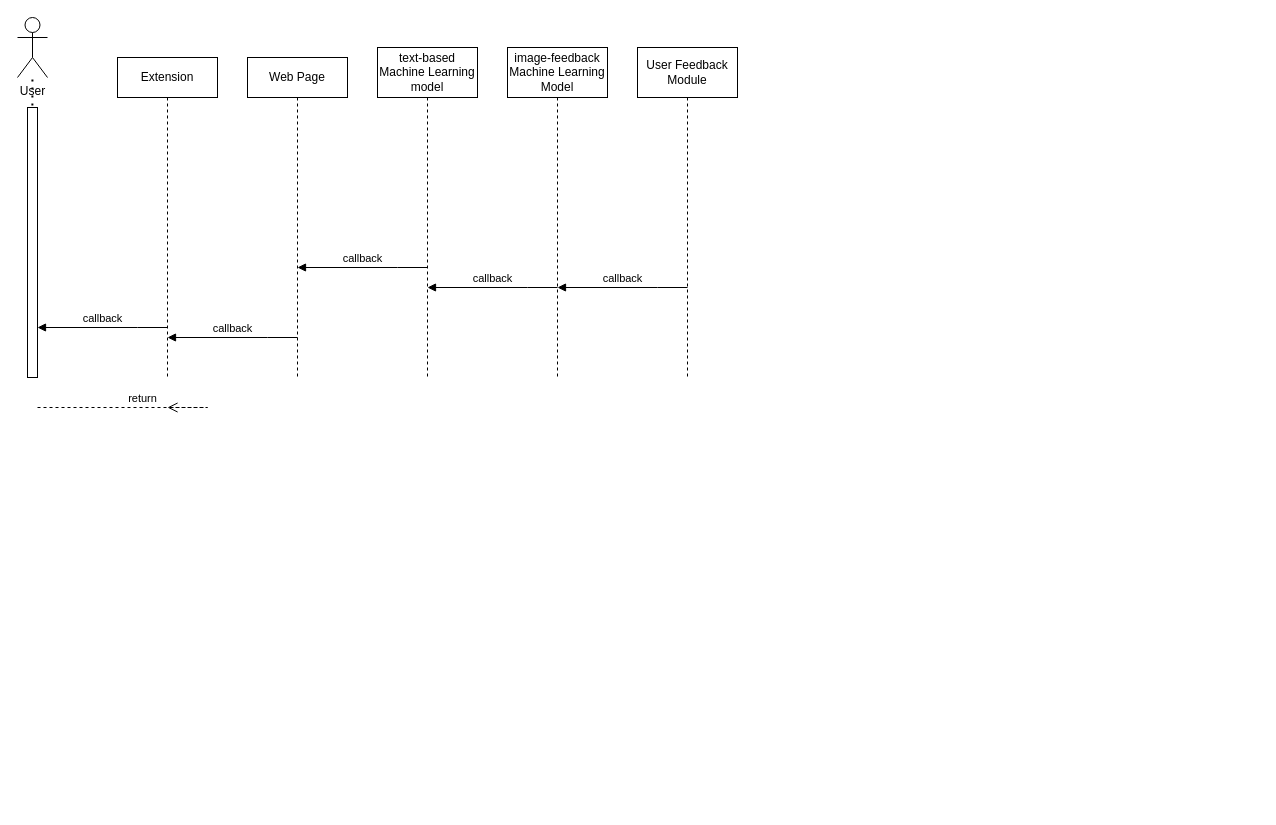
This is sequence-diagram.drawio from Rumeasiyan/software-development-group-project-IIT, a draw.io file, before an edit. Source tidied: cells renumbered, new cells numbered last; positions are measured from the earlier drawing's top-left corner, leaving out a move shared by most shapes. Both pictures are drawn from the tidied source at 100%, with x=0, y=0 at pixel (17, 17).
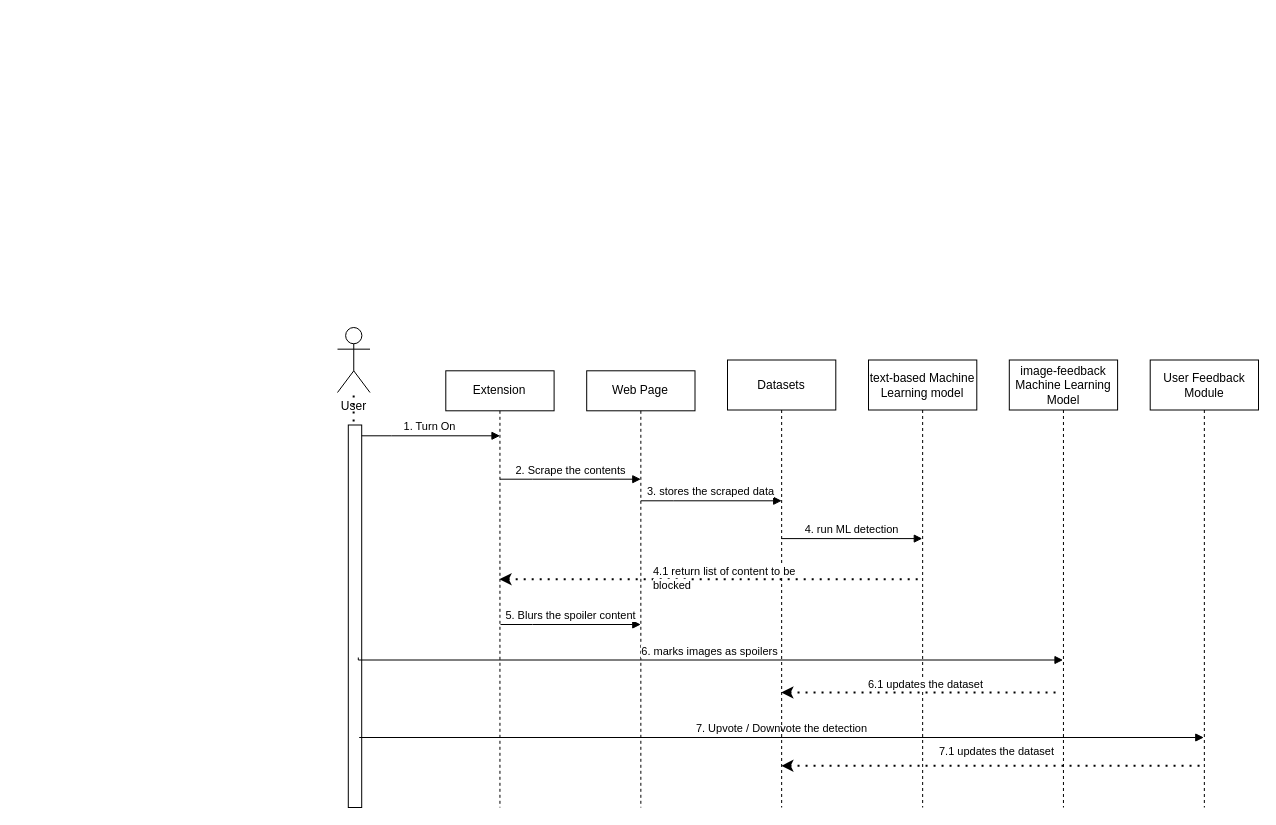
The same page after the edit.

Diff of the diagram source:
```diff
@@
+    <mxCell id="16" style="group;" parent="1" vertex="1">
+      <mxGeometry x="320" y="310" width="921" height="480" as="geometry" />
+    </mxCell>
-    <mxCell id="2" style="endArrow=none;dashed=1;html=1;dashPattern=1 3;strokeWidth=2;rounded=0;" parent="1" edge="1" target="5">
+    <mxCell id="2" style="endArrow=none;dashed=1;html=1;dashPattern=1 3;strokeWidth=2;rounded=0;" parent="16" edge="1" target="5">
       <mxGeometry relative="1" as="geometry">
-        <mxPoint x="14.3" y="360" as="sourcePoint" />
+        <mxPoint x="15.5" y="390" as="sourcePoint" />
       </mxGeometry>
     </mxCell>
-    <mxCell id="3" value="callback" style="html=1;verticalAlign=bottom;endArrow=block;edgeStyle=elbowEdgeStyle;elbow=vertical;curved=0;rounded=0;" parent="1" edge="1">
+    <mxCell id="3" value="1. Turn On" style="html=1;verticalAlign=bottom;endArrow=block;edgeStyle=elbowEdgeStyle;elbow=vertical;curved=0;rounded=0;" parent="16" edge="1">
       <mxGeometry relative="1" as="geometry">
-        <mxPoint x="150" y="310" as="sourcePoint" />
-        <mxPoint x="20" y="310" as="targetPoint" />
+        <mxPoint x="21.7" y="108.3" as="sourcePoint" />
+        <mxPoint x="162.5" y="108.3" as="targetPoint" />
         <Array as="points">
-          <mxPoint x="120" y="310" />
+          <mxPoint x="54.2" y="108.3" />
         </Array>
       </mxGeometry>
     </mxCell>
-    <mxCell id="4" value="return" style="html=1;verticalAlign=bottom;endArrow=open;dashed=1;endSize=8;edgeStyle=elbowEdgeStyle;elbow=vertical;curved=0;rounded=0;" parent="1" edge="1">
-      <mxGeometry relative="1" as="geometry">
-        <mxPoint x="20" y="390" as="sourcePoint" />
-        <mxPoint x="150" y="390" as="targetPoint" />
-        <Array as="points">
-          <mxPoint x="190" y="390" />
-          <mxPoint x="110" y="400" />
-        </Array>
-      </mxGeometry>
-    </mxCell>
-    <mxCell id="5" value="User" style="shape=umlActor;verticalLabelPosition=bottom;verticalAlign=top;html=1;outlineConnect=0;" parent="1" vertex="1">
-      <mxGeometry width="30" height="60" as="geometry" />
+    <mxCell id="5" value="User" style="shape=umlActor;verticalLabelPosition=bottom;verticalAlign=top;html=1;outlineConnect=0;" parent="16" vertex="1">
+      <mxGeometry width="32.5" height="65" as="geometry" />
     </mxCell>
-    <mxCell id="6" value="Extension" style="shape=umlLifeline;perimeter=lifelinePerimeter;whiteSpace=wrap;html=1;outlineConnect=0;portConstraint=eastwest;newEdgeStyle={&quot;edgeStyle&quot;:&quot;elbowEdgeStyle&quot;,&quot;elbow&quot;:&quot;vertical&quot;,&quot;curved&quot;:0,&quot;rounded&quot;:0};" parent="1" vertex="1">
-      <mxGeometry x="100" y="40" width="100" height="320" as="geometry" />
+    <mxCell id="6" value="Extension" style="shape=umlLifeline;perimeter=lifelinePerimeter;whiteSpace=wrap;html=1;outlineConnect=0;portConstraint=eastwest;newEdgeStyle={&quot;edgeStyle&quot;:&quot;elbowEdgeStyle&quot;,&quot;elbow&quot;:&quot;vertical&quot;,&quot;curved&quot;:0,&quot;rounded&quot;:0};" parent="16" vertex="1">
+      <mxGeometry x="108.3" y="43.3" width="108.3" height="436.7" as="geometry" />
     </mxCell>
-    <mxCell id="7" style="html=1;perimeter=orthogonalPerimeter;targetShapes=umlLifeline;newEdgeStyle={&quot;edgeStyle&quot;:&quot;elbowEdgeStyle&quot;,&quot;elbow&quot;:&quot;vertical&quot;,&quot;curved&quot;:0,&quot;rounded&quot;:0};" parent="1" vertex="1">
-      <mxGeometry x="10" y="90" width="10" height="270" as="geometry" />
+    <mxCell id="7" style="html=1;perimeter=orthogonalPerimeter;targetShapes=umlLifeline;newEdgeStyle={&quot;edgeStyle&quot;:&quot;elbowEdgeStyle&quot;,&quot;elbow&quot;:&quot;vertical&quot;,&quot;curved&quot;:0,&quot;rounded&quot;:0};" parent="16" vertex="1">
+      <mxGeometry x="10.8" y="97.5" width="13.4" height="382.5" as="geometry" />
     </mxCell>
-    <mxCell id="8" value="Web Page" style="shape=umlLifeline;perimeter=lifelinePerimeter;whiteSpace=wrap;html=1;newEdgeStyle={&quot;edgeStyle&quot;:&quot;elbowEdgeStyle&quot;,&quot;elbow&quot;:&quot;vertical&quot;,&quot;curved&quot;:0,&quot;rounded&quot;:0};" parent="1" vertex="1">
-      <mxGeometry x="230" y="40" width="100" height="320" as="geometry" />
+    <mxCell id="8" value="Web Page" style="shape=umlLifeline;perimeter=lifelinePerimeter;whiteSpace=wrap;html=1;newEdgeStyle={&quot;edgeStyle&quot;:&quot;elbowEdgeStyle&quot;,&quot;elbow&quot;:&quot;vertical&quot;,&quot;curved&quot;:0,&quot;rounded&quot;:0};" parent="16" vertex="1">
+      <mxGeometry x="249.2" y="43.3" width="108.3" height="436.7" as="geometry" />
     </mxCell>
-    <mxCell id="9" value="text-based Machine Learning model" style="shape=umlLifeline;perimeter=lifelinePerimeter;whiteSpace=wrap;html=1;newEdgeStyle={&quot;edgeStyle&quot;:&quot;elbowEdgeStyle&quot;,&quot;elbow&quot;:&quot;vertical&quot;,&quot;curved&quot;:0,&quot;rounded&quot;:0};size=50;" parent="1" vertex="1">
-      <mxGeometry x="360" y="30" width="100" height="330" as="geometry" />
+    <mxCell id="9" value="text-based Machine Learning model" style="shape=umlLifeline;perimeter=lifelinePerimeter;whiteSpace=wrap;html=1;newEdgeStyle={&quot;edgeStyle&quot;:&quot;elbowEdgeStyle&quot;,&quot;elbow&quot;:&quot;vertical&quot;,&quot;curved&quot;:0,&quot;rounded&quot;:0};size=50;" parent="16" vertex="1">
+      <mxGeometry x="531" y="32.5" width="108.3" height="447.5" as="geometry" />
     </mxCell>
-    <mxCell id="10" value="image-feedback Machine Learning Model" style="shape=umlLifeline;perimeter=lifelinePerimeter;whiteSpace=wrap;html=1;newEdgeStyle={&quot;edgeStyle&quot;:&quot;elbowEdgeStyle&quot;,&quot;elbow&quot;:&quot;vertical&quot;,&quot;curved&quot;:0,&quot;rounded&quot;:0};size=50;" parent="1" vertex="1">
-      <mxGeometry x="490" y="30" width="100" height="330" as="geometry" />
+    <mxCell id="10" value="image-feedback Machine Learning Model" style="shape=umlLifeline;perimeter=lifelinePerimeter;whiteSpace=wrap;html=1;newEdgeStyle={&quot;edgeStyle&quot;:&quot;elbowEdgeStyle&quot;,&quot;elbow&quot;:&quot;vertical&quot;,&quot;curved&quot;:0,&quot;rounded&quot;:0};size=50;" parent="16" vertex="1">
+      <mxGeometry x="671.8" y="32.5" width="108.3" height="447.5" as="geometry" />
     </mxCell>
-    <mxCell id="11" value="User Feedback Module" style="shape=umlLifeline;perimeter=lifelinePerimeter;whiteSpace=wrap;html=1;newEdgeStyle={&quot;edgeStyle&quot;:&quot;elbowEdgeStyle&quot;,&quot;elbow&quot;:&quot;vertical&quot;,&quot;curved&quot;:0,&quot;rounded&quot;:0};size=50;" parent="1" vertex="1">
-      <mxGeometry x="620" y="30" width="100" height="330" as="geometry" />
+    <mxCell id="11" value="User Feedback Module" style="shape=umlLifeline;perimeter=lifelinePerimeter;whiteSpace=wrap;html=1;newEdgeStyle={&quot;edgeStyle&quot;:&quot;elbowEdgeStyle&quot;,&quot;elbow&quot;:&quot;vertical&quot;,&quot;curved&quot;:0,&quot;rounded&quot;:0};size=50;" parent="16" vertex="1">
+      <mxGeometry x="812.7" y="32.5" width="108.3" height="447.5" as="geometry" />
     </mxCell>
-    <mxCell id="12" value="callback" style="html=1;verticalAlign=bottom;endArrow=block;edgeStyle=elbowEdgeStyle;elbow=vertical;curved=0;rounded=0;" parent="1" edge="1">
-      <mxGeometry relative="1" as="geometry">
-        <mxPoint x="280" y="320" as="sourcePoint" />
-        <mxPoint x="150" y="320" as="targetPoint" />
-        <Array as="points">
-          <mxPoint x="250" y="320" />
-        </Array>
-      </mxGeometry>
-    </mxCell>
-    <mxCell id="13" value="callback" style="html=1;verticalAlign=bottom;endArrow=block;edgeStyle=elbowEdgeStyle;elbow=vertical;curved=0;rounded=0;" parent="1" edge="1">
-      <mxGeometry relative="1" as="geometry">
-        <mxPoint x="410" y="250" as="sourcePoint" />
-        <mxPoint x="280" y="250" as="targetPoint" />
-        <Array as="points">
-          <mxPoint x="380" y="250" />
-        </Array>
-      </mxGeometry>
-    </mxCell>
-    <mxCell id="14" value="callback" style="html=1;verticalAlign=bottom;endArrow=block;edgeStyle=elbowEdgeStyle;elbow=vertical;curved=0;rounded=0;" parent="1" edge="1">
+    <mxCell id="14" value="6. marks images as spoilers" style="html=1;verticalAlign=bottom;endArrow=block;edgeStyle=elbowEdgeStyle;elbow=vertical;curved=0;rounded=0;exitX=0.846;exitY=0.658;exitDx=0;exitDy=0;exitPerimeter=0;" parent="16" edge="1">
       <mxGeometry relative="1" as="geometry">
-        <mxPoint x="540" y="270" as="sourcePoint" />
-        <mxPoint x="410" y="270" as="targetPoint" />
+        <mxPoint x="20.8" y="330" as="sourcePoint" />
+        <mxPoint x="725.5" y="332.5" as="targetPoint" />
         <Array as="points">
-          <mxPoint x="510" y="270" />
+          <mxPoint x="477.5" y="332.5" />
         </Array>
       </mxGeometry>
     </mxCell>
-    <mxCell id="15" value="callback" style="html=1;verticalAlign=bottom;endArrow=block;edgeStyle=elbowEdgeStyle;elbow=vertical;curved=0;rounded=0;" parent="1" edge="1">
+    <mxCell id="15" value="7. Upvote / Downvote the detection" style="html=1;verticalAlign=bottom;endArrow=block;edgeStyle=elbowEdgeStyle;elbow=vertical;curved=0;rounded=0;" parent="16" edge="1">
       <mxGeometry relative="1" as="geometry">
-        <mxPoint x="670" y="270" as="sourcePoint" />
-        <mxPoint x="540" y="270" as="targetPoint" />
+        <mxPoint x="21.7" y="410" as="sourcePoint" />
+        <mxPoint x="866.3" y="410" as="targetPoint" />
         <Array as="points">
-          <mxPoint x="640" y="270" />
+          <mxPoint x="617.5" y="410" />
         </Array>
       </mxGeometry>
     </mxCell>
+    <mxCell id="17" value="2. Scrape the contents" style="html=1;verticalAlign=bottom;endArrow=block;edgeStyle=elbowEdgeStyle;elbow=vertical;curved=0;rounded=0;" parent="16" edge="1">
+      <mxGeometry relative="1" as="geometry">
+        <mxPoint x="162.5" y="151.7" as="sourcePoint" />
+        <mxPoint x="303.3" y="151.7" as="targetPoint" />
+        <Array as="points">
+          <mxPoint x="195" y="151.7" />
+        </Array>
+      </mxGeometry>
+    </mxCell>
+    <mxCell id="18" value="3. stores the scraped data" style="html=1;verticalAlign=bottom;endArrow=block;edgeStyle=elbowEdgeStyle;elbow=vertical;curved=0;rounded=0;" parent="16" edge="1">
+      <mxGeometry relative="1" as="geometry">
+        <mxPoint x="303.3" y="173.3" as="sourcePoint" />
+        <mxPoint x="444.2" y="173.3" as="targetPoint" />
+        <Array as="points">
+          <mxPoint x="335.8" y="173.3" />
+        </Array>
+      </mxGeometry>
+    </mxCell>
+    <mxCell id="19" value="5. Blurs the spoiler content" style="html=1;verticalAlign=bottom;endArrow=block;edgeStyle=elbowEdgeStyle;elbow=vertical;curved=0;rounded=0;" parent="16" edge="1">
+      <mxGeometry relative="1" as="geometry">
+        <mxPoint x="163" y="297" as="sourcePoint" />
+        <mxPoint x="303.3" y="297" as="targetPoint" />
+        <Array as="points">
+          <mxPoint x="195" y="297" />
+        </Array>
+      </mxGeometry>
+    </mxCell>
+    <mxCell id="20" value="Datasets" style="shape=umlLifeline;perimeter=lifelinePerimeter;whiteSpace=wrap;html=1;newEdgeStyle={&quot;edgeStyle&quot;:&quot;elbowEdgeStyle&quot;,&quot;elbow&quot;:&quot;vertical&quot;,&quot;curved&quot;:0,&quot;rounded&quot;:0};size=50;" parent="16" vertex="1">
+      <mxGeometry x="390" y="32.5" width="108.3" height="447.5" as="geometry" />
+    </mxCell>
+    <mxCell id="21" value="4. run ML detection" style="html=1;verticalAlign=bottom;endArrow=block;edgeStyle=elbowEdgeStyle;elbow=vertical;curved=0;rounded=0;" parent="16" edge="1">
+      <mxGeometry relative="1" as="geometry">
+        <mxPoint x="444" y="211.1" as="sourcePoint" />
+        <mxPoint x="584.8" y="211.1" as="targetPoint" />
+        <Array as="points">
+          <mxPoint x="476.5" y="211.1" />
+        </Array>
+      </mxGeometry>
+    </mxCell>
+    <mxCell id="22" style="group;" parent="16" vertex="1">
+      <mxGeometry x="212.7" y="230" width="373.3" height="43.3" as="geometry" />
+    </mxCell>
+    <mxCell id="23" style="endArrow=none;dashed=1;html=1;dashPattern=1 3;strokeWidth=2;rounded=0;startArrow=classic;startFill=1;" parent="22" edge="1" source="6">
+      <mxGeometry relative="1" as="geometry">
+        <mxPoint x="373.3" y="21.7" as="targetPoint" />
+      </mxGeometry>
+    </mxCell>
+    <mxCell id="24" value="&lt;span style=&quot;color: rgb(0, 0, 0); font-family: Helvetica; font-size: 11px; font-style: normal; font-variant-ligatures: normal; font-variant-caps: normal; font-weight: 400; letter-spacing: normal; orphans: 2; text-align: center; text-indent: 0px; text-transform: none; widows: 2; word-spacing: 0px; -webkit-text-stroke-width: 0px; background-color: rgb(255, 255, 255); text-decoration-thickness: initial; text-decoration-style: initial; text-decoration-color: initial; float: none; display: inline !important;&quot;&gt;4.1 return list of content to be blocked&lt;/span&gt;" style="text;whiteSpace=wrap;html=1;" parent="22" vertex="1">
+      <mxGeometry x="101.7" width="170" height="43.3" as="geometry" />
+    </mxCell>
+    <mxCell id="25" value="&lt;span style=&quot;color: rgb(0, 0, 0); font-family: Helvetica; font-size: 11px; font-style: normal; font-variant-ligatures: normal; font-variant-caps: normal; font-weight: 400; letter-spacing: normal; orphans: 2; text-align: center; text-indent: 0px; text-transform: none; widows: 2; word-spacing: 0px; -webkit-text-stroke-width: 0px; background-color: rgb(255, 255, 255); text-decoration-thickness: initial; text-decoration-style: initial; text-decoration-color: initial; float: none; display: inline !important;&quot;&gt;6.1 updates the dataset&lt;/span&gt;" style="text;whiteSpace=wrap;html=1;" parent="16" vertex="1">
+      <mxGeometry x="529.3" y="343.3" width="120.7" height="43.3" as="geometry" />
+    </mxCell>
+    <mxCell id="26" style="endArrow=none;dashed=1;html=1;dashPattern=1 3;strokeWidth=2;rounded=0;startArrow=classic;startFill=1;" parent="16" edge="1">
+      <mxGeometry relative="1" as="geometry">
+        <mxPoint x="443.8" y="365" as="sourcePoint" />
+        <mxPoint x="723.7" y="365" as="targetPoint" />
+      </mxGeometry>
+    </mxCell>
+    <mxCell id="27" style="endArrow=none;dashed=1;html=1;dashPattern=1 3;strokeWidth=2;rounded=0;startArrow=classic;startFill=1;" parent="16" edge="1">
+      <mxGeometry relative="1" as="geometry">
+        <mxPoint x="443.8" y="438.3" as="sourcePoint" />
+        <mxPoint x="865.9" y="438.3" as="targetPoint" />
+      </mxGeometry>
+    </mxCell>
+    <mxCell id="28" value="&lt;span style=&quot;color: rgb(0, 0, 0); font-family: Helvetica; font-size: 11px; font-style: normal; font-variant-ligatures: normal; font-variant-caps: normal; font-weight: 400; letter-spacing: normal; orphans: 2; text-align: center; text-indent: 0px; text-transform: none; widows: 2; word-spacing: 0px; -webkit-text-stroke-width: 0px; background-color: rgb(255, 255, 255); text-decoration-thickness: initial; text-decoration-style: initial; text-decoration-color: initial; float: none; display: inline !important;&quot;&gt;7.1 updates the dataset&lt;/span&gt;" style="text;whiteSpace=wrap;html=1;" parent="16" vertex="1">
+      <mxGeometry x="600" y="410" width="130" height="43.3" as="geometry" />
+    </mxCell>
```
